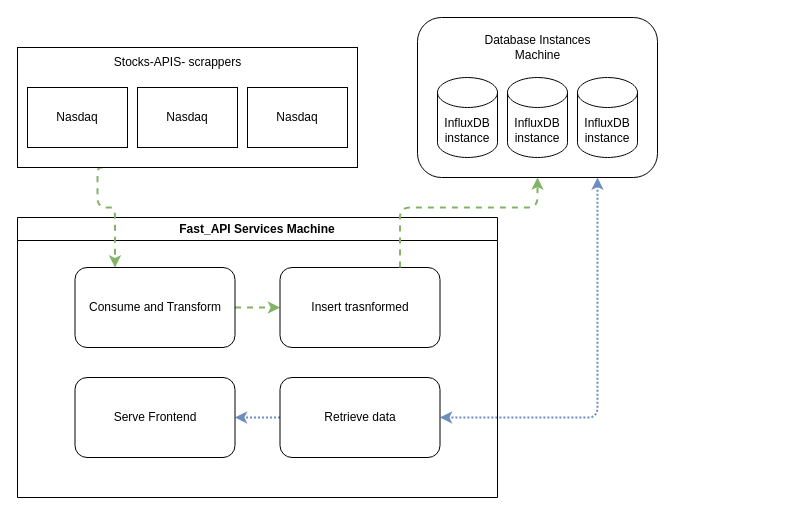
Before: stocks api.drawio in ArturArtimonte/diagrans, a draw.io diagram. Source tidied: cells renumbered, new cells numbered last; positions are measured from the earlier drawing's top-left corner, leaving out a move shared by most shapes. Both pictures are drawn from the tidied source at 100%, with x=0, y=0 at pixel (17, 17).
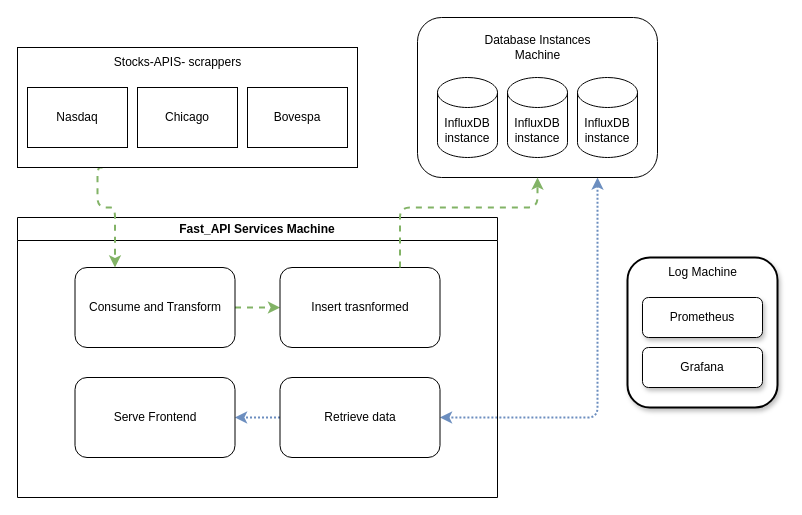
The same page after the edit.

Change to the diagram source:
```diff
@@
-    <mxCell id="20" value="Nasdaq" style="rounded=0;whiteSpace=wrap;html=1;direction=west;" parent="1" vertex="1">
+    <mxCell id="20" value="Chicago" style="rounded=0;whiteSpace=wrap;html=1;direction=west;" parent="1" vertex="1">
       <mxGeometry x="120" y="70" width="100" height="60" as="geometry" />
     </mxCell>
-    <mxCell id="21" value="Nasdaq" style="rounded=0;whiteSpace=wrap;html=1;direction=west;" parent="1" vertex="1">
+    <mxCell id="21" value="Bovespa" style="rounded=0;whiteSpace=wrap;html=1;direction=west;" parent="1" vertex="1">
       <mxGeometry x="230" y="70" width="100" height="60" as="geometry" />
     </mxCell>
+    <mxCell id="22" style="rounded=1;whiteSpace=wrap;html=1;strokeWidth=2;glass=0;shadow=1;" parent="1" vertex="1">
+      <mxGeometry x="610" y="240" width="150" height="150" as="geometry" />
+    </mxCell>
+    <mxCell id="23" value="Log Machine" style="text;html=1;align=center;verticalAlign=middle;strokeColor=none;fillColor=none;" parent="1" vertex="1">
+      <mxGeometry x="640" y="240" width="90" height="30" as="geometry" />
+    </mxCell>
+    <mxCell id="24" value="Prometheus" style="rounded=1;whiteSpace=wrap;html=1;shadow=1;" parent="1" vertex="1">
+      <mxGeometry x="625" y="280" width="120" height="40" as="geometry" />
+    </mxCell>
+    <mxCell id="25" value="Grafana" style="rounded=1;whiteSpace=wrap;html=1;shadow=1;" parent="1" vertex="1">
+      <mxGeometry x="625" y="330" width="120" height="40" as="geometry" />
+    </mxCell>
```
